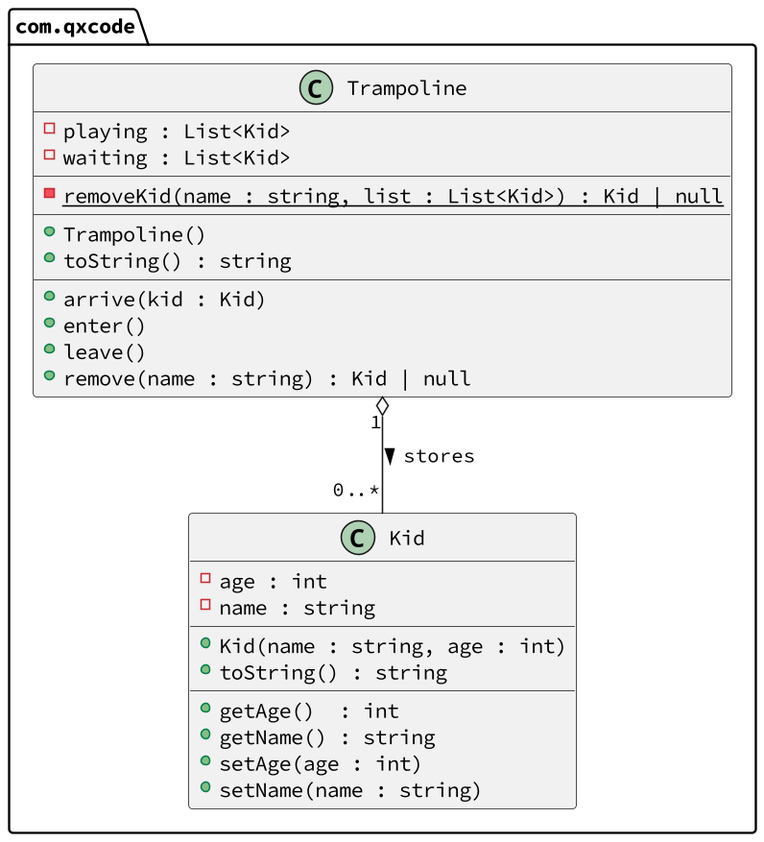
qxcodepoo/arcade keeps this PlantUML diagram as base/pula-pula/diagrama.png. Above is the earlier version.
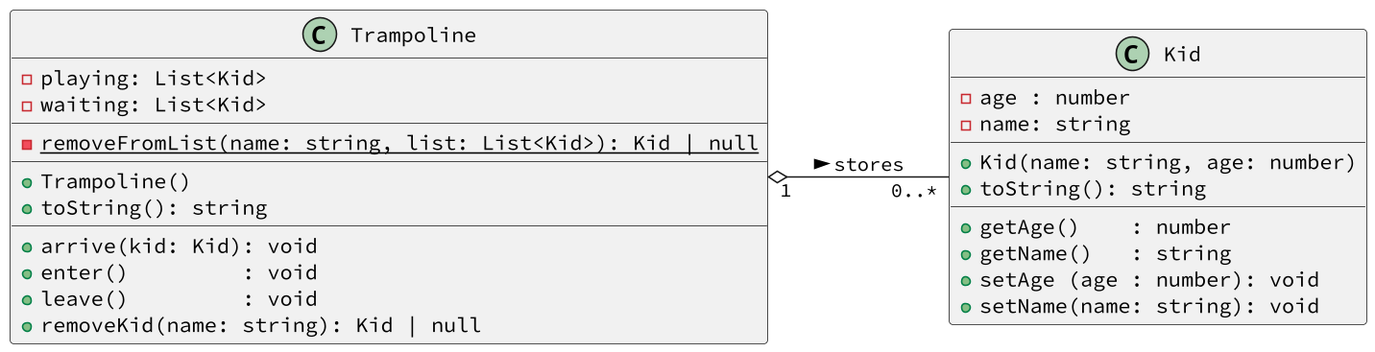
Later version of the same file.

The edit, as a diff of the source:
```diff
@@ -1,35 +1,32 @@
 @startuml
-
-skinparam defaultFontName Hasklig
+skinparam defaultFontName "Source Code Pro"
 skinparam dpi 150
-
-package com.qxcode {
-  class Kid {
-    - age : int
-    - name : string
-    __
-    + Kid(name : string, age : int)
-    + toString() : string
-    __
-    + getAge()  : int
-    + getName() : string
-    + setAge(age : int)
-    + setName(name : string)
-  }
-  class Trampoline {
-    - playing : List<Kid>
-    - waiting : List<Kid>
-    __
-    - {static} removeKid(name : string, list : List<Kid>) : Kid | null
-    __
-    + Trampoline()
-    + toString() : string
-    __
-    + arrive(kid : Kid)
-    + enter()
-    + leave()
-    + remove(name : string) : Kid | null
-  }
+left to right direction
+class Kid {
+  - age : number
+  - name: string
+  __
+  + Kid(name: string, age: number)
+  + toString(): string
+  __
+  + getAge()    : number
+  + getName()   : string
+  + setAge (age : number): void
+  + setName(name: string): void
+}
+class Trampoline {
+  - playing: List<Kid>
+  - waiting: List<Kid>
+  __
+  - {static} removeFromList(name: string, list: List<Kid>): Kid | null
+  __
+  + Trampoline()
+  + toString(): string
+  __
+  + arrive(kid: Kid): void
+  + enter()         : void
+  + leave()         : void
+  + removeKid(name: string): Kid | null
 }
 Trampoline "1" o--  "0..*" Kid : > stores
 @enduml
```
